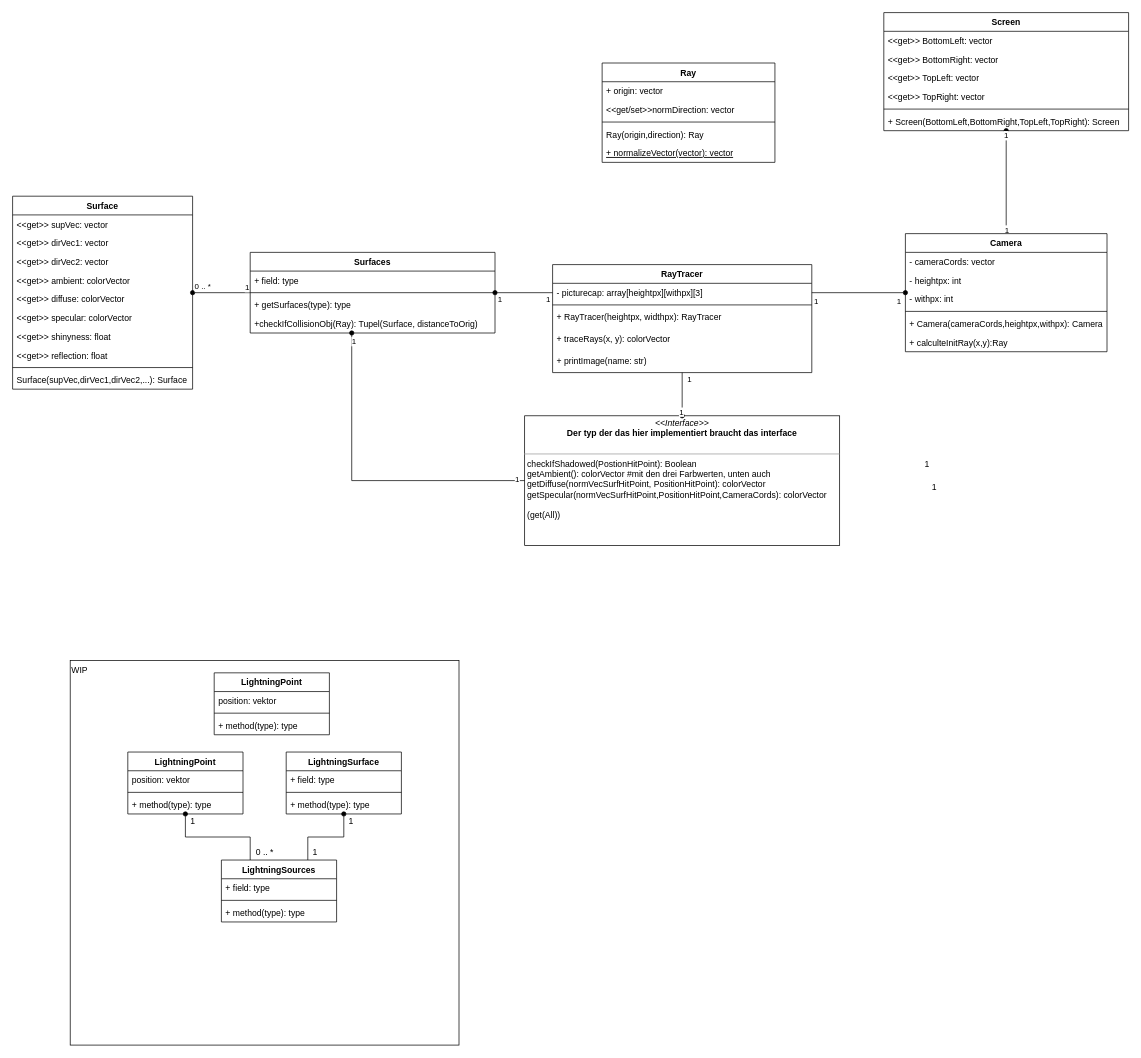
This is rayclasses.drawio from FreshMax9000/RayTrace, a draw.io file, before an edit. Source tidied: cells renumbered, new cells numbered last; positions are measured from the earlier drawing's top-left corner, leaving out a move shared by most shapes. Both pictures are drawn from the tidied source at 72%, with x=0, y=0 at pixel (12, 12).
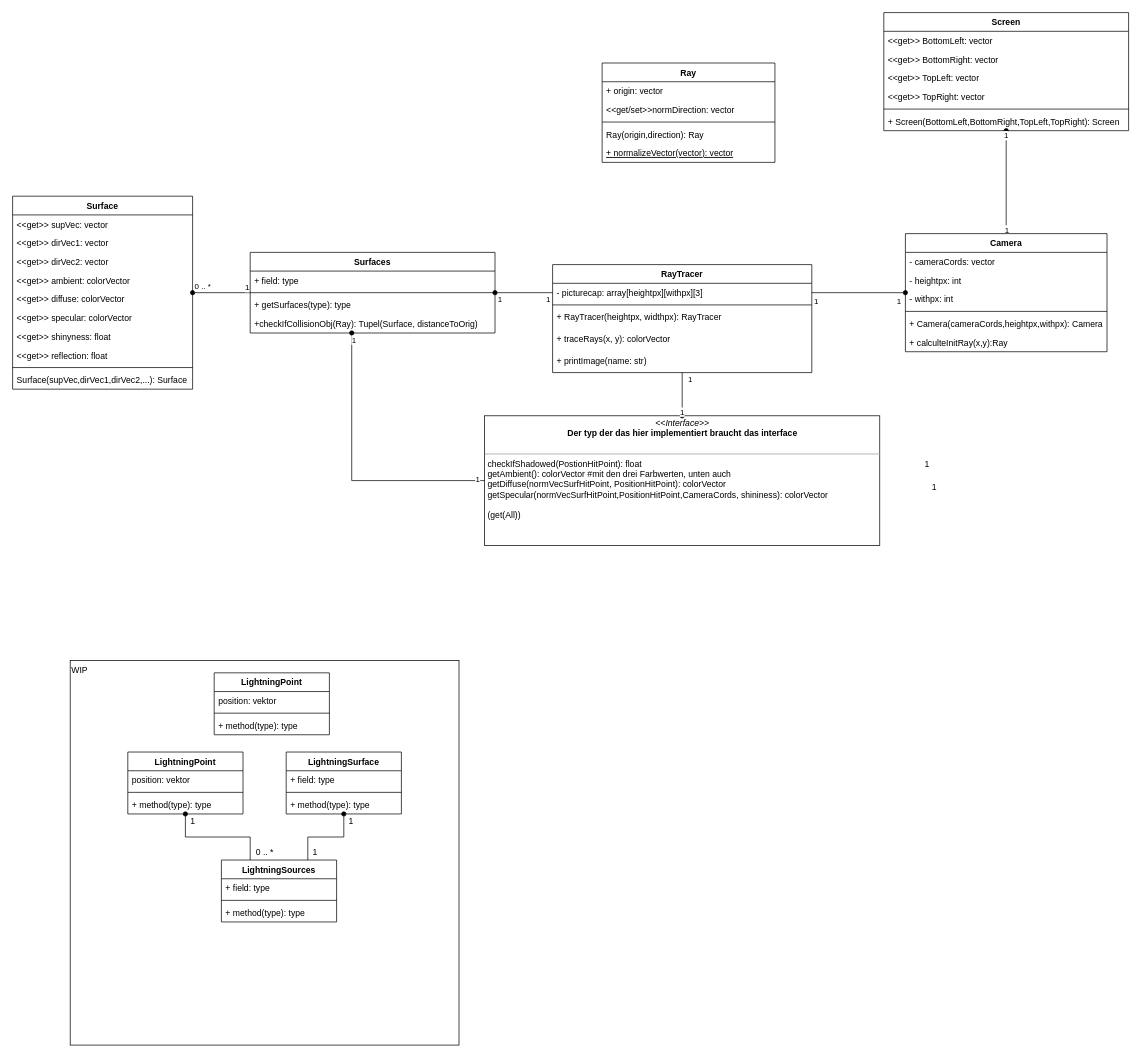
The same page after the edit.

The edit, as a diff of the source:
```diff
@@
-    <mxCell id="70" value="&lt;p style=&quot;margin: 0px ; margin-top: 4px ; text-align: center&quot;&gt;&lt;i&gt;&amp;lt;&amp;lt;Interface&amp;gt;&amp;gt;&lt;/i&gt;&lt;br&gt;&lt;b&gt;Der typ der das hier implementiert braucht das interface&lt;/b&gt;&lt;/p&gt;&lt;p style=&quot;margin: 0px ; margin-left: 4px&quot;&gt;&lt;br&gt;&lt;/p&gt;&lt;hr size=&quot;1&quot;&gt;&lt;p style=&quot;margin: 0px ; margin-left: 4px&quot;&gt;checkIfShadowed(PostionHitPoint): Boolean&lt;/p&gt;&lt;p style=&quot;margin: 0px ; margin-left: 4px&quot;&gt;getAmbient(): colorVector #mit den drei Farbwerten, unten auch&lt;/p&gt;&lt;p style=&quot;margin: 0px ; margin-left: 4px&quot;&gt;getDiffuse(normVecSurfHitPoint, PositionHitPoint): colorVector&lt;/p&gt;&lt;p style=&quot;margin: 0px ; margin-left: 4px&quot;&gt;getSpecular(normVecSurfHitPoint,PositionHitPoint,CameraCords): colorVector&lt;/p&gt;&lt;p style=&quot;margin: 0px ; margin-left: 4px&quot;&gt;&lt;br&gt;&lt;/p&gt;&lt;p style=&quot;margin: 0px ; margin-left: 4px&quot;&gt;(get(All))&lt;br&gt;&lt;/p&gt;" style="verticalAlign=top;align=left;overflow=fill;fontSize=12;fontFamily=Helvetica;html=1;" parent="1" vertex="1">
-      <mxGeometry x="711.2" y="560" width="437.5" height="180" as="geometry" />
+    <mxCell id="70" value="&lt;p style=&quot;margin: 0px ; margin-top: 4px ; text-align: center&quot;&gt;&lt;i&gt;&amp;lt;&amp;lt;Interface&amp;gt;&amp;gt;&lt;/i&gt;&lt;br&gt;&lt;b&gt;Der typ der das hier implementiert braucht das interface&lt;/b&gt;&lt;/p&gt;&lt;p style=&quot;margin: 0px ; margin-left: 4px&quot;&gt;&lt;br&gt;&lt;/p&gt;&lt;hr size=&quot;1&quot;&gt;&lt;p style=&quot;margin: 0px ; margin-left: 4px&quot;&gt;checkIfShadowed(PostionHitPoint): float&lt;br&gt;&lt;/p&gt;&lt;p style=&quot;margin: 0px ; margin-left: 4px&quot;&gt;getAmbient(): colorVector #mit den drei Farbwerten, unten auch&lt;/p&gt;&lt;p style=&quot;margin: 0px ; margin-left: 4px&quot;&gt;getDiffuse(normVecSurfHitPoint, PositionHitPoint): colorVector&lt;/p&gt;&lt;p style=&quot;margin: 0px ; margin-left: 4px&quot;&gt;getSpecular(normVecSurfHitPoint,PositionHitPoint,CameraCords, shininess): colorVector&lt;/p&gt;&lt;p style=&quot;margin: 0px ; margin-left: 4px&quot;&gt;&lt;br&gt;&lt;/p&gt;&lt;p style=&quot;margin: 0px ; margin-left: 4px&quot;&gt;(get(All))&lt;br&gt;&lt;/p&gt;" style="verticalAlign=top;align=left;overflow=fill;fontSize=12;fontFamily=Helvetica;html=1;" parent="1" vertex="1">
+      <mxGeometry x="655.6" y="560" width="548.8" height="180" as="geometry" />
     </mxCell>
```
